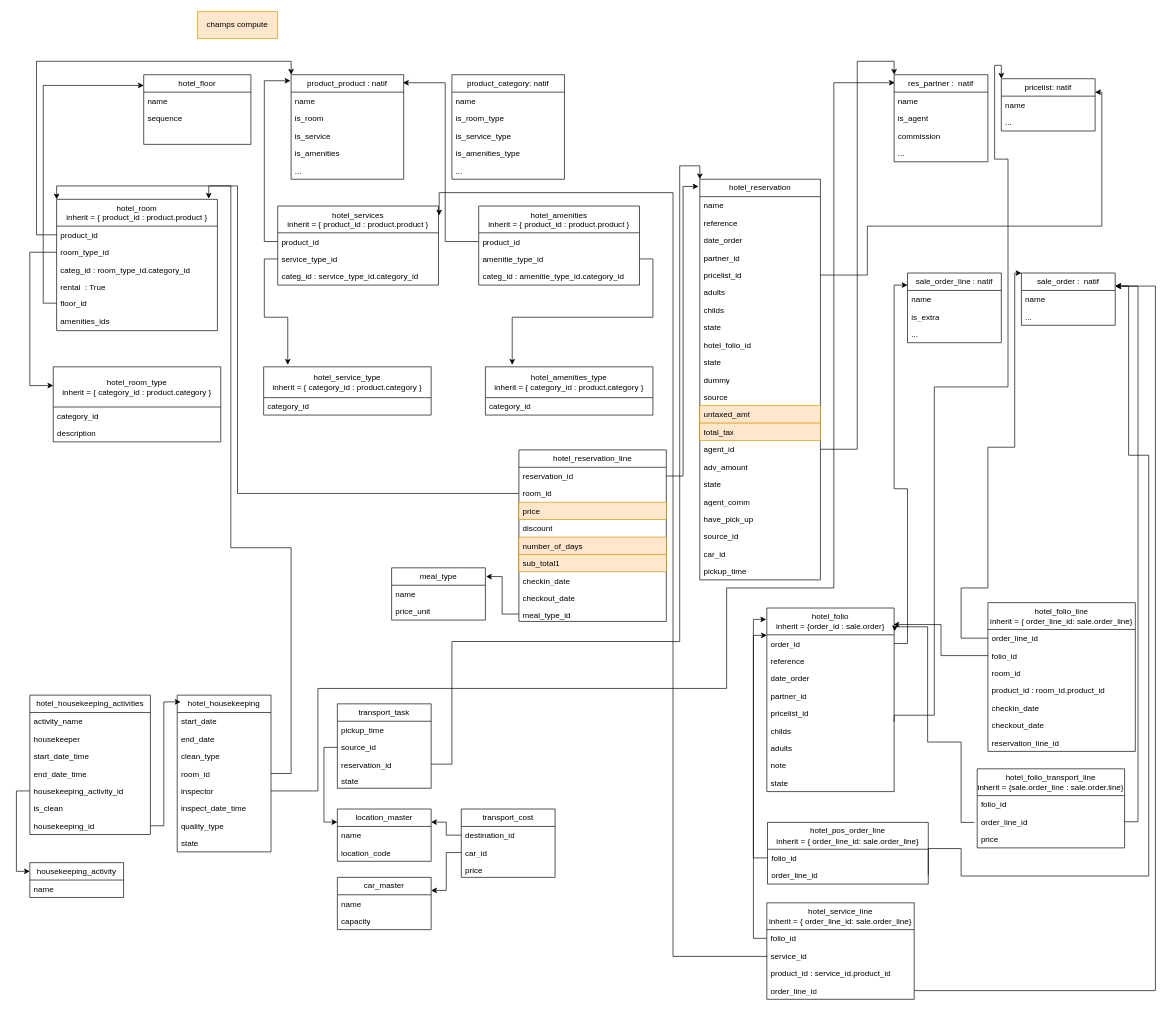
Above: hotel_diagram.drawio in Jeremia1804/all_projects (draw.io), before the change. Source tidied: cells renumbered, new cells numbered last; positions are measured from the earlier drawing's top-left corner, leaving out a move shared by most shapes. Both pictures are drawn from the tidied source at 67%, with x=0, y=0 at pixel (29, 11).
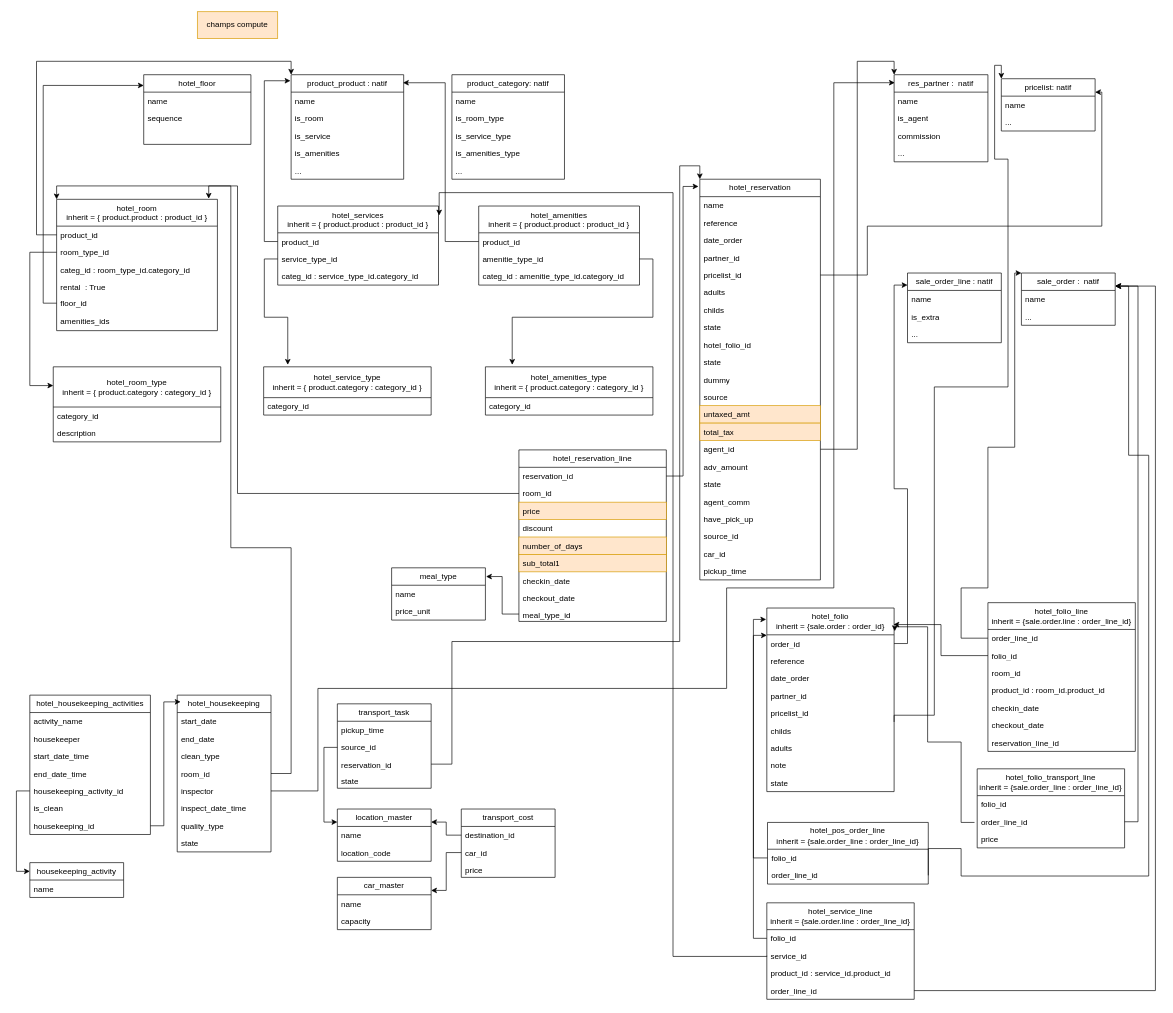
The same page after the edit.

Commit message:
Mettre à jour hotel_diagram.drawio

Change to the diagram source:
```diff
@@
-    <mxCell id="17" value="hotel_room&#10;inherit = { product_id : product.product }" style="swimlane;fontStyle=0;align=center;verticalAlign=top;horizontal=1;startSize=40;rounded=0;shadow=0;strokeWidth=1;" parent="1" vertex="1">
+    <mxCell id="17" value="hotel_room&#10;inherit = { product.product : product_id }" style="swimlane;fontStyle=0;align=center;verticalAlign=top;horizontal=1;startSize=40;rounded=0;shadow=0;strokeWidth=1;" parent="1" vertex="1">
       <mxGeometry x="40" y="280" width="240" height="196" as="geometry" />
     </mxCell>
@@
-    <mxCell id="24" value="hotel_room_type&lt;div&gt;inherit = { category_id : product.category }&lt;/div&gt;" style="swimlane;fontStyle=0;horizontal=1;startSize=60;fillColor=none;whiteSpace=wrap;html=1;" parent="1" vertex="1">
+    <mxCell id="24" value="hotel_room_type&lt;div&gt;inherit = { product.category : category_id }&lt;/div&gt;" style="swimlane;fontStyle=0;horizontal=1;startSize=60;fillColor=none;whiteSpace=wrap;html=1;" parent="1" vertex="1">
       <mxGeometry x="35" y="530" width="250" height="112" as="geometry" />
     </mxCell>
@@
-    <mxCell id="27" value="hotel_services&#10;inherit = { product_id : product.product }" style="swimlane;fontStyle=0;align=center;verticalAlign=top;horizontal=1;startSize=40;rounded=0;shadow=0;strokeWidth=1;" parent="1" vertex="1">
+    <mxCell id="27" value="hotel_services&#10;inherit = { product.product : product_id }" style="swimlane;fontStyle=0;align=center;verticalAlign=top;horizontal=1;startSize=40;rounded=0;shadow=0;strokeWidth=1;" parent="1" vertex="1">
       <mxGeometry x="370" y="290" width="240" height="118" as="geometry" />
     </mxCell>
@@
-    <mxCell id="31" value="hotel_service_type&lt;div&gt;inherit = { category_id : product.category }&lt;br&gt;&lt;/div&gt;" style="swimlane;fontStyle=0;horizontal=1;startSize=46;fillColor=none;whiteSpace=wrap;html=1;" parent="1" vertex="1">
+    <mxCell id="31" value="hotel_service_type&lt;div&gt;inherit =&amp;nbsp;&lt;span style=&quot;background-color: initial;&quot;&gt;{ product.category : category_id }&lt;/span&gt;&lt;br&gt;&lt;/div&gt;" style="swimlane;fontStyle=0;horizontal=1;startSize=46;fillColor=none;whiteSpace=wrap;html=1;" parent="1" vertex="1">
       <mxGeometry x="349" y="530" width="250" height="72" as="geometry" />
     </mxCell>
@@
-    <mxCell id="33" value="hotel_amenities_type&lt;div&gt;inherit = { category_id : product.category }&lt;br&gt;&lt;/div&gt;" style="swimlane;fontStyle=0;horizontal=1;startSize=46;fillColor=none;whiteSpace=wrap;html=1;" parent="1" vertex="1">
+    <mxCell id="33" value="hotel_amenities_type&lt;div&gt;inherit =&amp;nbsp;&lt;span style=&quot;background-color: initial;&quot;&gt;{ product.category : category_id }&lt;/span&gt;&lt;br&gt;&lt;/div&gt;" style="swimlane;fontStyle=0;horizontal=1;startSize=46;fillColor=none;whiteSpace=wrap;html=1;" parent="1" vertex="1">
       <mxGeometry x="680" y="530" width="250" height="72" as="geometry" />
     </mxCell>
@@
-    <mxCell id="35" value="hotel_amenities&#10;inherit = { product_id : product.product }" style="swimlane;fontStyle=0;align=center;verticalAlign=top;horizontal=1;startSize=40;rounded=0;shadow=0;strokeWidth=1;" parent="1" vertex="1">
+    <mxCell id="35" value="hotel_amenities&#10;inherit = { product.product : product_id }" style="swimlane;fontStyle=0;align=center;verticalAlign=top;horizontal=1;startSize=40;rounded=0;shadow=0;strokeWidth=1;" parent="1" vertex="1">
       <mxGeometry x="670" y="290" width="240" height="118" as="geometry" />
     </mxCell>
@@
-    <mxCell id="39" value="hotel_folio&lt;div&gt;inherit = {order_id : sale.order}&lt;/div&gt;" style="swimlane;fontStyle=0;horizontal=1;startSize=40;fillColor=none;whiteSpace=wrap;html=1;" parent="1" vertex="1">
+    <mxCell id="39" value="hotel_folio&lt;div&gt;inherit = {sale.order : order_id}&lt;/div&gt;" style="swimlane;fontStyle=0;horizontal=1;startSize=40;fillColor=none;whiteSpace=wrap;html=1;" parent="1" vertex="1">
       <mxGeometry x="1100" y="890" width="190" height="274" as="geometry" />
     </mxCell>
@@
-    <mxCell id="56" value="hotel_folio_line&lt;div&gt;inherit = { order_line_id: sale.order_line}&lt;br&gt;&lt;/div&gt;" style="swimlane;fontStyle=0;horizontal=1;startSize=40;fillColor=none;whiteSpace=wrap;html=1;" parent="1" vertex="1">
+    <mxCell id="56" value="hotel_folio_line&lt;div&gt;inherit =&amp;nbsp;&lt;span style=&quot;background-color: initial;&quot;&gt;{sale.order.line : order_line_id}&lt;/span&gt;&lt;br&gt;&lt;/div&gt;" style="swimlane;fontStyle=0;horizontal=1;startSize=40;fillColor=none;whiteSpace=wrap;html=1;" parent="1" vertex="1">
       <mxGeometry x="1430" y="882" width="220" height="222" as="geometry" />
     </mxCell>
@@
-    <mxCell id="64" value="hotel_service_line&lt;div&gt;inherit = { order_line_id: sale.order_line}&lt;br&gt;&lt;/div&gt;" style="swimlane;fontStyle=0;horizontal=1;startSize=40;fillColor=none;whiteSpace=wrap;html=1;" parent="1" vertex="1">
+    <mxCell id="64" value="hotel_service_line&lt;div&gt;inherit =&amp;nbsp;&lt;span style=&quot;background-color: initial;&quot;&gt;{sale.order.line : order_line_id}&lt;/span&gt;&lt;br&gt;&lt;/div&gt;" style="swimlane;fontStyle=0;horizontal=1;startSize=40;fillColor=none;whiteSpace=wrap;html=1;" parent="1" vertex="1">
       <mxGeometry x="1100" y="1330" width="220" height="144" as="geometry" />
     </mxCell>
@@
-    <mxCell id="107" value="hotel_folio_transport_line&lt;div&gt;inherit = {sale.order_line : sale.order.line}&lt;/div&gt;" style="swimlane;fontStyle=0;horizontal=1;startSize=40;fillColor=none;whiteSpace=wrap;html=1;" parent="1" vertex="1">
+    <mxCell id="107" value="hotel_folio_transport_line&lt;div&gt;inherit = {sale.order_line : order_line_id}&lt;/div&gt;" style="swimlane;fontStyle=0;horizontal=1;startSize=40;fillColor=none;whiteSpace=wrap;html=1;" parent="1" vertex="1">
       <mxGeometry x="1414" y="1130" width="220" height="118" as="geometry" />
     </mxCell>
@@
-    <mxCell id="126" value="hotel_pos_order_line&lt;div&gt;inherit = { order_line_id: sale.order_line}&lt;/div&gt;" style="swimlane;fontStyle=0;horizontal=1;startSize=40;fillColor=none;whiteSpace=wrap;html=1;" parent="1" vertex="1">
+    <mxCell id="126" value="hotel_pos_order_line&lt;div&gt;inherit =&amp;nbsp;&lt;span style=&quot;background-color: initial;&quot;&gt;{sale.order_line : order_line_id}&lt;/span&gt;&lt;/div&gt;" style="swimlane;fontStyle=0;horizontal=1;startSize=40;fillColor=none;whiteSpace=wrap;html=1;" parent="1" vertex="1">
       <mxGeometry x="1101" y="1210" width="240" height="92" as="geometry" />
     </mxCell>
```
